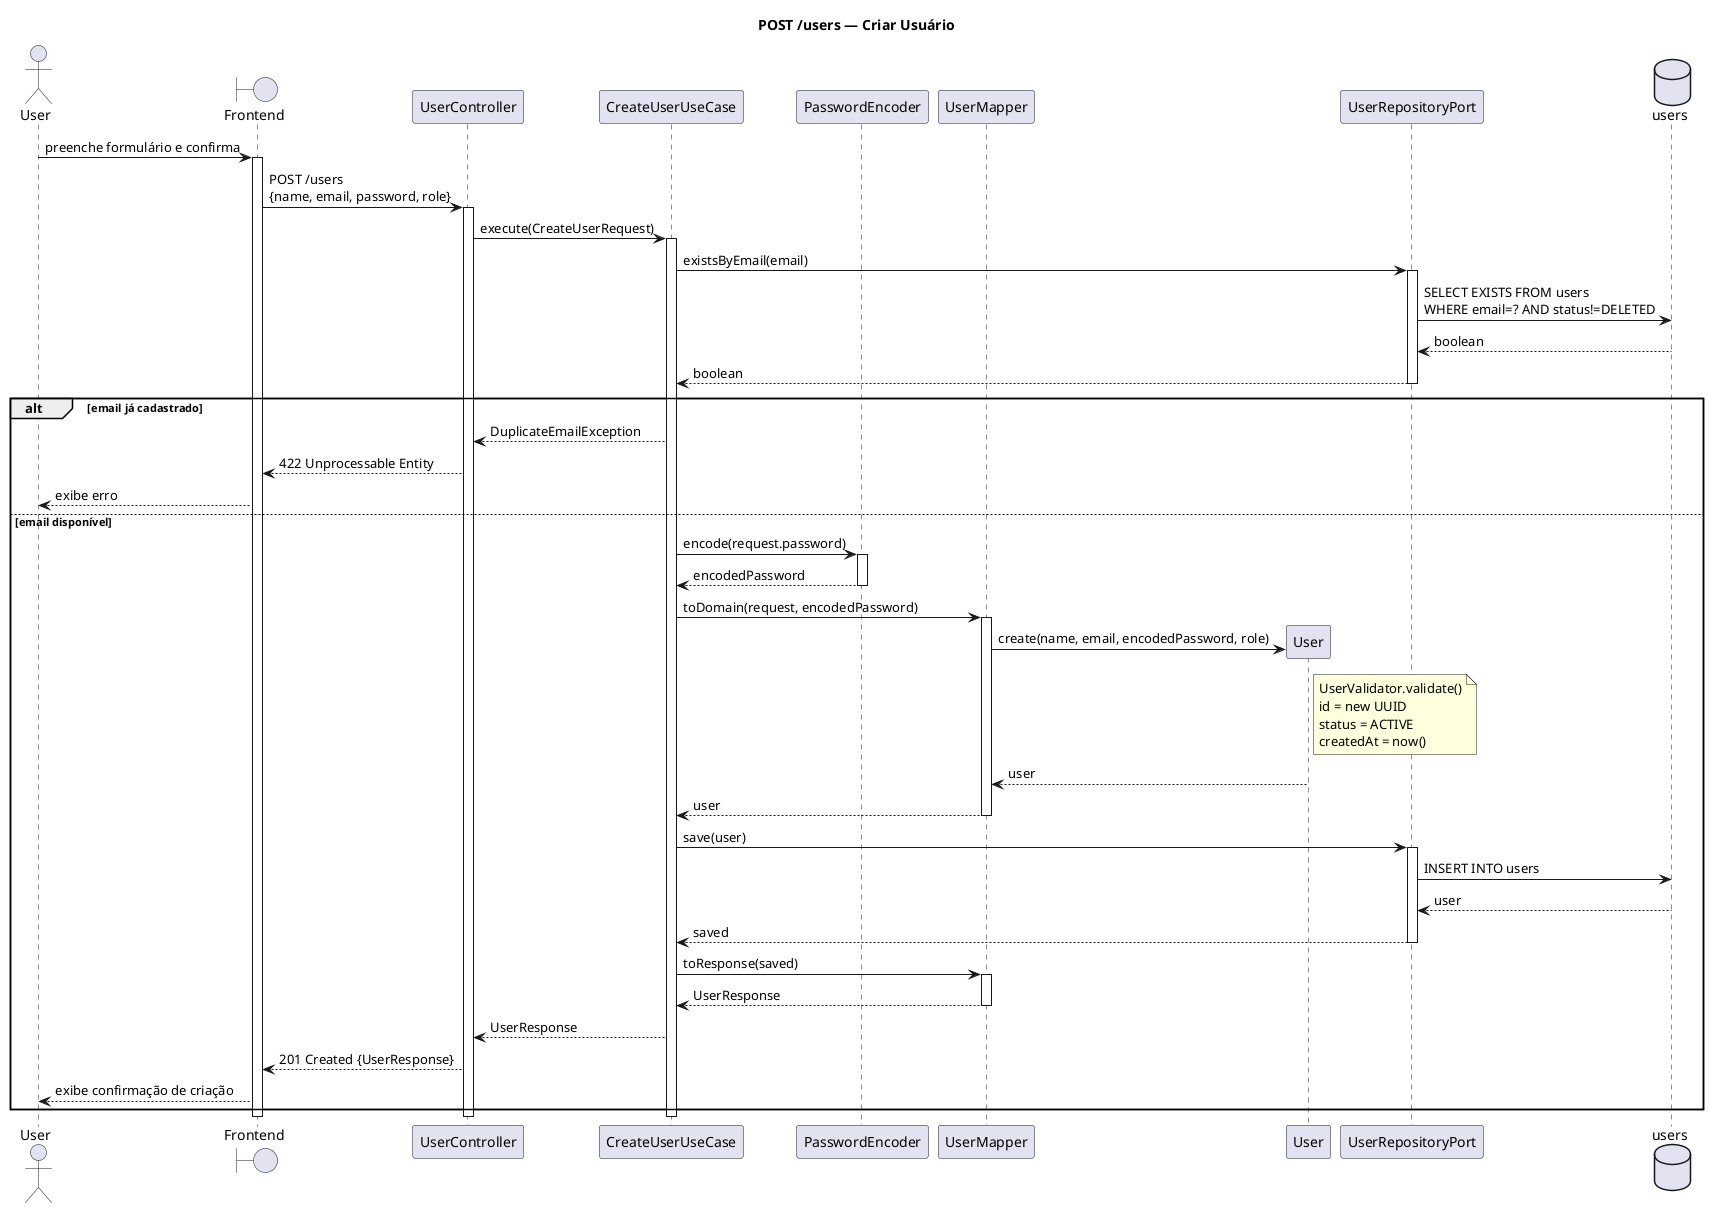
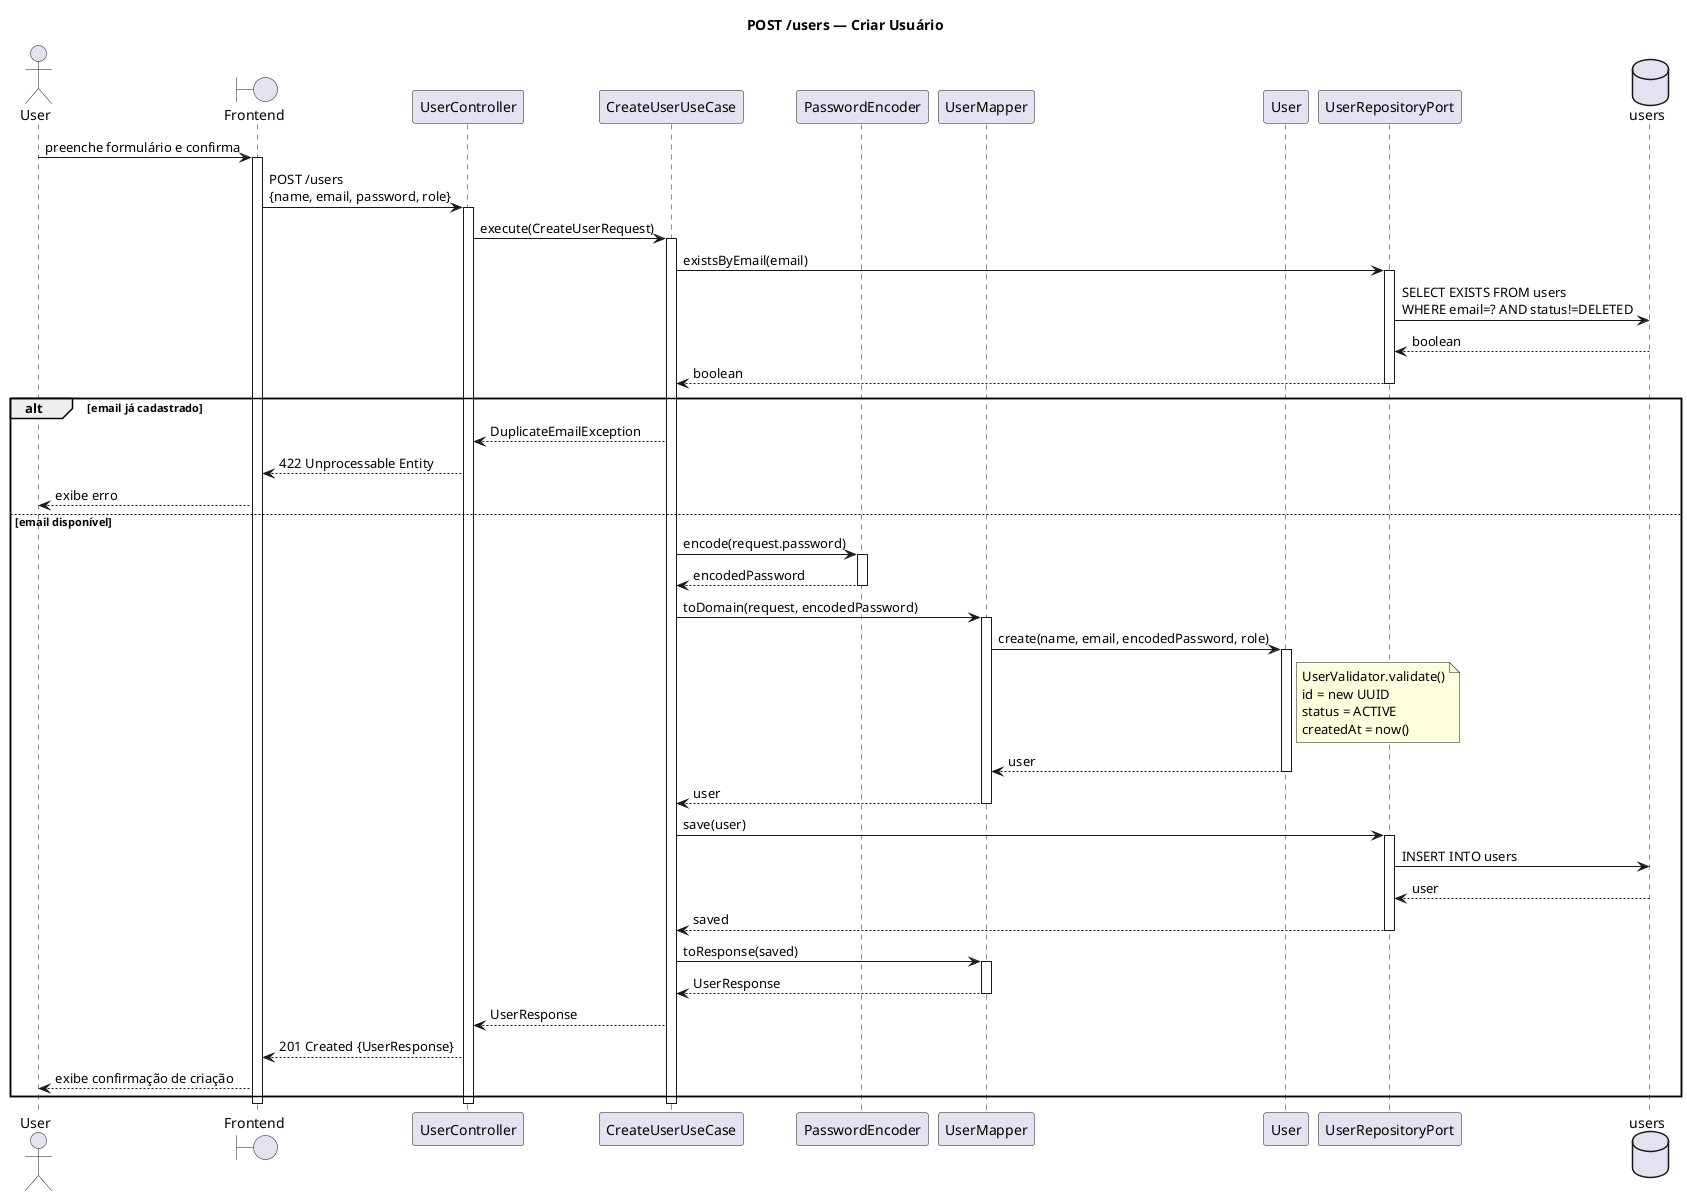
@startuml create_user

title POST /users — Criar Usuário

actor User
boundary "Frontend" as FE
participant "UserController" as Ctrl
participant "CreateUserUseCase" as UC
participant "PasswordEncoder" as Encoder
participant "UserMapper" as Mapper
participant "User" as Entity
participant "UserRepositoryPort" as Repo
database "users" as DB

User -> FE: preenche formulário e confirma
activate FE
FE -> Ctrl: POST /users\n{name, email, password, role}
activate Ctrl

Ctrl -> UC: execute(CreateUserRequest)
activate UC

UC -> Repo: existsByEmail(email)
activate Repo
Repo -> DB: SELECT EXISTS FROM users\nWHERE email=? AND status!=DELETED
DB --> Repo: boolean
Repo --> UC: boolean
deactivate Repo

alt email já cadastrado
  UC --> Ctrl: DuplicateEmailException
  Ctrl --> FE: 422 Unprocessable Entity
  FE --> User: exibe erro
else email disponível
  UC -> Encoder: encode(request.password)
  activate Encoder
  Encoder --> UC: encodedPassword
  deactivate Encoder

  UC -> Mapper: toDomain(request, encodedPassword)
  activate Mapper
-   Mapper -> Entity **: create(name, email, encodedPassword, role)
+   Mapper -> Entity: create(name, email, encodedPassword, role)
+   activate Entity
  note right of Entity: UserValidator.validate()\nid = new UUID\nstatus = ACTIVE\ncreatedAt = now()
  Entity --> Mapper: user
+   deactivate Entity
  Mapper --> UC: user
  deactivate Mapper

  UC -> Repo: save(user)
  activate Repo
  Repo -> DB: INSERT INTO users
  DB --> Repo: user
  Repo --> UC: saved
  deactivate Repo

  UC -> Mapper: toResponse(saved)
  activate Mapper
  Mapper --> UC: UserResponse
  deactivate Mapper

  UC --> Ctrl: UserResponse
  Ctrl --> FE: 201 Created {UserResponse}
  FE --> User: exibe confirmação de criação
end

deactivate UC
deactivate Ctrl
deactivate FE

@enduml
